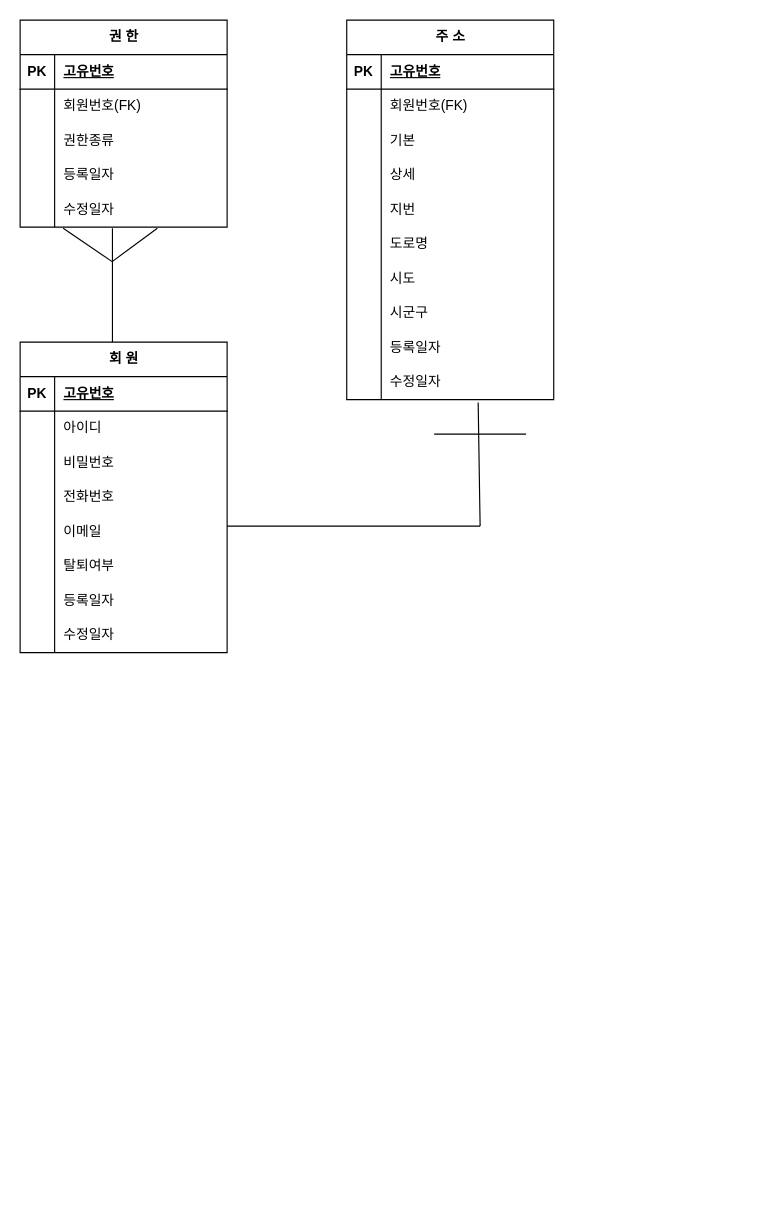
Above: src/main/eCommerce.drawio in kjw1995/eCommerce (draw.io), before the change. Source tidied: cells renumbered, new cells numbered last; positions are measured from the earlier drawing's top-left corner, leaving out a move shared by most shapes. Both pictures are drawn from the tidied source at 115%, with x=0, y=0 at pixel (20, 20).
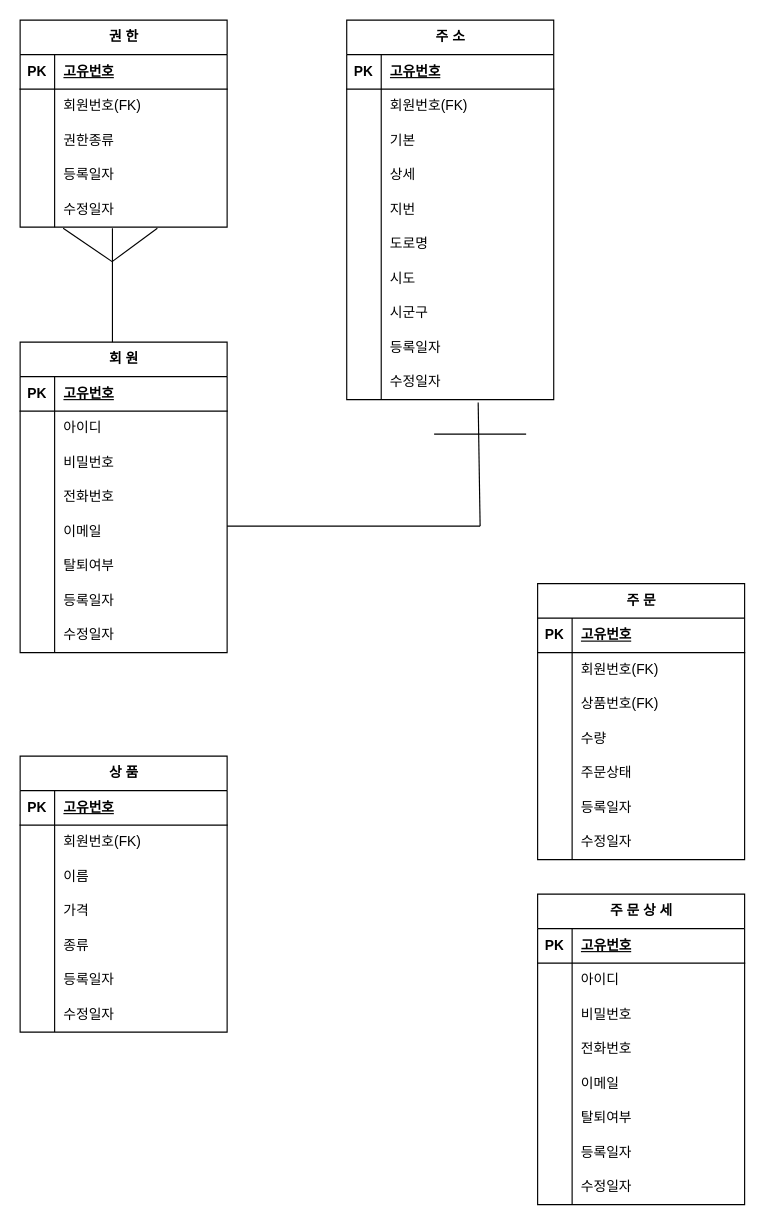
After the change.

Commit message:
ERO 수정(상품,주문,주문상세 추가)

Change to the diagram source:
```diff
@@
+    <mxCell id="80" value="주 문" style="shape=table;startSize=30;childLayout=tableLayout;rowLines=0;fontStyle=1;align=center;html=1;" parent="1" vertex="1">
+      <mxGeometry x="450" y="490" width="180" height="240" as="geometry" />
+    </mxCell>
+    <mxCell id="81" style="shape=tableRow;horizontal=0;startSize=0;swimlaneHead=0;swimlaneBody=0;fillColor=none;top=0;left=0;right=0;bottom=1;" parent="80" vertex="1">
+      <mxGeometry y="30" width="180" height="30" as="geometry" />
+    </mxCell>
+    <mxCell id="82" value="PK" style="shape=partialRectangle;fillColor=none;top=0;left=0;bottom=0;right=0;fontStyle=1;overflow=hidden;whiteSpace=wrap;html=1;" parent="81" vertex="1">
+      <mxGeometry width="30" height="30" as="geometry" />
+    </mxCell>
+    <mxCell id="83" value="고유번호" style="shape=partialRectangle;fillColor=none;top=0;left=0;bottom=0;right=0;align=left;spacingLeft=6;fontStyle=5;overflow=hidden;whiteSpace=wrap;html=1;" parent="81" vertex="1">
+      <mxGeometry x="30" width="150" height="30" as="geometry" />
+    </mxCell>
+    <mxCell id="84" style="shape=tableRow;horizontal=0;startSize=0;swimlaneHead=0;swimlaneBody=0;fillColor=none;top=0;left=0;right=0;bottom=0;" parent="80" vertex="1">
+      <mxGeometry y="60" width="180" height="30" as="geometry" />
+    </mxCell>
+    <mxCell id="85" style="shape=partialRectangle;fillColor=none;top=0;left=0;bottom=0;right=0;overflow=hidden;whiteSpace=wrap;html=1;" parent="84" vertex="1">
+      <mxGeometry width="30" height="30" as="geometry" />
+    </mxCell>
+    <mxCell id="86" value="회원번호(FK)" style="shape=partialRectangle;fillColor=none;top=0;left=0;bottom=0;right=0;align=left;spacingLeft=6;overflow=hidden;whiteSpace=wrap;html=1;" parent="84" vertex="1">
+      <mxGeometry x="30" width="150" height="30" as="geometry" />
+    </mxCell>
+    <mxCell id="87" style="shape=tableRow;horizontal=0;startSize=0;swimlaneHead=0;swimlaneBody=0;fillColor=none;top=0;left=0;right=0;bottom=0;" parent="80" vertex="1">
+      <mxGeometry y="90" width="180" height="30" as="geometry" />
+    </mxCell>
+    <mxCell id="88" style="shape=partialRectangle;fillColor=none;top=0;left=0;bottom=0;right=0;overflow=hidden;whiteSpace=wrap;html=1;" parent="87" vertex="1">
+      <mxGeometry width="30" height="30" as="geometry" />
+    </mxCell>
+    <mxCell id="89" value="상품번호(FK)" style="shape=partialRectangle;fillColor=none;top=0;left=0;bottom=0;right=0;align=left;spacingLeft=6;overflow=hidden;whiteSpace=wrap;html=1;" parent="87" vertex="1">
+      <mxGeometry x="30" width="150" height="30" as="geometry" />
+    </mxCell>
+    <mxCell id="90" style="shape=tableRow;horizontal=0;startSize=0;swimlaneHead=0;swimlaneBody=0;fillColor=none;top=0;left=0;right=0;bottom=0;" parent="80" vertex="1">
+      <mxGeometry y="120" width="180" height="30" as="geometry" />
+    </mxCell>
+    <mxCell id="91" style="shape=partialRectangle;fillColor=none;top=0;left=0;bottom=0;right=0;overflow=hidden;whiteSpace=wrap;html=1;" parent="90" vertex="1">
+      <mxGeometry width="30" height="30" as="geometry" />
+    </mxCell>
+    <mxCell id="92" value="수량" style="shape=partialRectangle;fillColor=none;top=0;left=0;bottom=0;right=0;align=left;spacingLeft=6;overflow=hidden;whiteSpace=wrap;html=1;" parent="90" vertex="1">
+      <mxGeometry x="30" width="150" height="30" as="geometry" />
+    </mxCell>
+    <mxCell id="93" style="shape=tableRow;horizontal=0;startSize=0;swimlaneHead=0;swimlaneBody=0;fillColor=none;top=0;left=0;right=0;bottom=0;" parent="80" vertex="1">
+      <mxGeometry y="150" width="180" height="30" as="geometry" />
+    </mxCell>
+    <mxCell id="94" style="shape=partialRectangle;fillColor=none;top=0;left=0;bottom=0;right=0;overflow=hidden;whiteSpace=wrap;html=1;" parent="93" vertex="1">
+      <mxGeometry width="30" height="30" as="geometry" />
+    </mxCell>
+    <mxCell id="95" value="주문상태" style="shape=partialRectangle;fillColor=none;top=0;left=0;bottom=0;right=0;align=left;spacingLeft=6;overflow=hidden;whiteSpace=wrap;html=1;" parent="93" vertex="1">
+      <mxGeometry x="30" width="150" height="30" as="geometry" />
+    </mxCell>
+    <mxCell id="96" style="shape=tableRow;horizontal=0;startSize=0;swimlaneHead=0;swimlaneBody=0;fillColor=none;top=0;left=0;right=0;bottom=0;" parent="80" vertex="1">
+      <mxGeometry y="180" width="180" height="30" as="geometry" />
+    </mxCell>
+    <mxCell id="97" style="shape=partialRectangle;fillColor=none;top=0;left=0;bottom=0;right=0;overflow=hidden;whiteSpace=wrap;html=1;" parent="96" vertex="1">
+      <mxGeometry width="30" height="30" as="geometry" />
+    </mxCell>
+    <mxCell id="98" value="등록일자" style="shape=partialRectangle;fillColor=none;top=0;left=0;bottom=0;right=0;align=left;spacingLeft=6;overflow=hidden;whiteSpace=wrap;html=1;" parent="96" vertex="1">
+      <mxGeometry x="30" width="150" height="30" as="geometry" />
+    </mxCell>
+    <mxCell id="99" style="shape=tableRow;horizontal=0;startSize=0;swimlaneHead=0;swimlaneBody=0;fillColor=none;top=0;left=0;right=0;bottom=0;" parent="80" vertex="1">
+      <mxGeometry y="210" width="180" height="30" as="geometry" />
+    </mxCell>
+    <mxCell id="100" style="shape=partialRectangle;fillColor=none;top=0;left=0;bottom=0;right=0;overflow=hidden;whiteSpace=wrap;html=1;" parent="99" vertex="1">
+      <mxGeometry width="30" height="30" as="geometry" />
+    </mxCell>
+    <mxCell id="101" value="수정일자" style="shape=partialRectangle;fillColor=none;top=0;left=0;bottom=0;right=0;align=left;spacingLeft=6;overflow=hidden;whiteSpace=wrap;html=1;" parent="99" vertex="1">
+      <mxGeometry x="30" width="150" height="30" as="geometry" />
+    </mxCell>
+    <mxCell id="102" value="주 문 상 세" style="shape=table;startSize=30;childLayout=tableLayout;rowLines=0;fontStyle=1;align=center;html=1;" parent="1" vertex="1">
+      <mxGeometry x="450" y="760" width="180" height="270" as="geometry" />
+    </mxCell>
+    <mxCell id="103" style="shape=tableRow;horizontal=0;startSize=0;swimlaneHead=0;swimlaneBody=0;fillColor=none;top=0;left=0;right=0;bottom=1;" parent="102" vertex="1">
+      <mxGeometry y="30" width="180" height="30" as="geometry" />
+    </mxCell>
+    <mxCell id="104" value="PK" style="shape=partialRectangle;fillColor=none;top=0;left=0;bottom=0;right=0;fontStyle=1;overflow=hidden;whiteSpace=wrap;html=1;" parent="103" vertex="1">
+      <mxGeometry width="30" height="30" as="geometry" />
+    </mxCell>
+    <mxCell id="105" value="고유번호" style="shape=partialRectangle;fillColor=none;top=0;left=0;bottom=0;right=0;align=left;spacingLeft=6;fontStyle=5;overflow=hidden;whiteSpace=wrap;html=1;" parent="103" vertex="1">
+      <mxGeometry x="30" width="150" height="30" as="geometry" />
+    </mxCell>
+    <mxCell id="106" style="shape=tableRow;horizontal=0;startSize=0;swimlaneHead=0;swimlaneBody=0;fillColor=none;top=0;left=0;right=0;bottom=0;" parent="102" vertex="1">
+      <mxGeometry y="60" width="180" height="30" as="geometry" />
+    </mxCell>
+    <mxCell id="107" style="shape=partialRectangle;fillColor=none;top=0;left=0;bottom=0;right=0;overflow=hidden;whiteSpace=wrap;html=1;" parent="106" vertex="1">
+      <mxGeometry width="30" height="30" as="geometry" />
+    </mxCell>
+    <mxCell id="108" value="아이디" style="shape=partialRectangle;fillColor=none;top=0;left=0;bottom=0;right=0;align=left;spacingLeft=6;overflow=hidden;whiteSpace=wrap;html=1;" parent="106" vertex="1">
+      <mxGeometry x="30" width="150" height="30" as="geometry" />
+    </mxCell>
+    <mxCell id="109" style="shape=tableRow;horizontal=0;startSize=0;swimlaneHead=0;swimlaneBody=0;fillColor=none;top=0;left=0;right=0;bottom=0;" parent="102" vertex="1">
+      <mxGeometry y="90" width="180" height="30" as="geometry" />
+    </mxCell>
+    <mxCell id="110" style="shape=partialRectangle;fillColor=none;top=0;left=0;bottom=0;right=0;overflow=hidden;whiteSpace=wrap;html=1;" parent="109" vertex="1">
+      <mxGeometry width="30" height="30" as="geometry" />
+    </mxCell>
+    <mxCell id="111" value="비밀번호" style="shape=partialRectangle;fillColor=none;top=0;left=0;bottom=0;right=0;align=left;spacingLeft=6;overflow=hidden;whiteSpace=wrap;html=1;" parent="109" vertex="1">
+      <mxGeometry x="30" width="150" height="30" as="geometry" />
+    </mxCell>
+    <mxCell id="112" style="shape=tableRow;horizontal=0;startSize=0;swimlaneHead=0;swimlaneBody=0;fillColor=none;top=0;left=0;right=0;bottom=0;" parent="102" vertex="1">
+      <mxGeometry y="120" width="180" height="30" as="geometry" />
+    </mxCell>
+    <mxCell id="113" style="shape=partialRectangle;fillColor=none;top=0;left=0;bottom=0;right=0;overflow=hidden;whiteSpace=wrap;html=1;" parent="112" vertex="1">
+      <mxGeometry width="30" height="30" as="geometry" />
+    </mxCell>
+    <mxCell id="114" value="전화번호" style="shape=partialRectangle;fillColor=none;top=0;left=0;bottom=0;right=0;align=left;spacingLeft=6;overflow=hidden;whiteSpace=wrap;html=1;" parent="112" vertex="1">
+      <mxGeometry x="30" width="150" height="30" as="geometry" />
+    </mxCell>
+    <mxCell id="115" style="shape=tableRow;horizontal=0;startSize=0;swimlaneHead=0;swimlaneBody=0;fillColor=none;top=0;left=0;right=0;bottom=0;" parent="102" vertex="1">
+      <mxGeometry y="150" width="180" height="30" as="geometry" />
+    </mxCell>
+    <mxCell id="116" style="shape=partialRectangle;fillColor=none;top=0;left=0;bottom=0;right=0;overflow=hidden;whiteSpace=wrap;html=1;" parent="115" vertex="1">
+      <mxGeometry width="30" height="30" as="geometry" />
+    </mxCell>
+    <mxCell id="117" value="이메일" style="shape=partialRectangle;fillColor=none;top=0;left=0;bottom=0;right=0;align=left;spacingLeft=6;overflow=hidden;whiteSpace=wrap;html=1;" parent="115" vertex="1">
+      <mxGeometry x="30" width="150" height="30" as="geometry" />
+    </mxCell>
+    <mxCell id="118" style="shape=tableRow;horizontal=0;startSize=0;swimlaneHead=0;swimlaneBody=0;fillColor=none;top=0;left=0;right=0;bottom=0;" parent="102" vertex="1">
+      <mxGeometry y="180" width="180" height="30" as="geometry" />
+    </mxCell>
+    <mxCell id="119" style="shape=partialRectangle;fillColor=none;top=0;left=0;bottom=0;right=0;overflow=hidden;whiteSpace=wrap;html=1;" parent="118" vertex="1">
+      <mxGeometry width="30" height="30" as="geometry" />
+    </mxCell>
+    <mxCell id="120" value="탈퇴여부" style="shape=partialRectangle;fillColor=none;top=0;left=0;bottom=0;right=0;align=left;spacingLeft=6;overflow=hidden;whiteSpace=wrap;html=1;" parent="118" vertex="1">
+      <mxGeometry x="30" width="150" height="30" as="geometry" />
+    </mxCell>
+    <mxCell id="121" style="shape=tableRow;horizontal=0;startSize=0;swimlaneHead=0;swimlaneBody=0;fillColor=none;top=0;left=0;right=0;bottom=0;" parent="102" vertex="1">
+      <mxGeometry y="210" width="180" height="30" as="geometry" />
+    </mxCell>
+    <mxCell id="122" style="shape=partialRectangle;fillColor=none;top=0;left=0;bottom=0;right=0;overflow=hidden;whiteSpace=wrap;html=1;" parent="121" vertex="1">
+      <mxGeometry width="30" height="30" as="geometry" />
+    </mxCell>
+    <mxCell id="123" value="등록일자" style="shape=partialRectangle;fillColor=none;top=0;left=0;bottom=0;right=0;align=left;spacingLeft=6;overflow=hidden;whiteSpace=wrap;html=1;" parent="121" vertex="1">
+      <mxGeometry x="30" width="150" height="30" as="geometry" />
+    </mxCell>
+    <mxCell id="124" style="shape=tableRow;horizontal=0;startSize=0;swimlaneHead=0;swimlaneBody=0;fillColor=none;top=0;left=0;right=0;bottom=0;" parent="102" vertex="1">
+      <mxGeometry y="240" width="180" height="30" as="geometry" />
+    </mxCell>
+    <mxCell id="125" style="shape=partialRectangle;fillColor=none;top=0;left=0;bottom=0;right=0;overflow=hidden;whiteSpace=wrap;html=1;" parent="124" vertex="1">
+      <mxGeometry width="30" height="30" as="geometry" />
+    </mxCell>
+    <mxCell id="126" value="수정일자" style="shape=partialRectangle;fillColor=none;top=0;left=0;bottom=0;right=0;align=left;spacingLeft=6;overflow=hidden;whiteSpace=wrap;html=1;" parent="124" vertex="1">
+      <mxGeometry x="30" width="150" height="30" as="geometry" />
+    </mxCell>
+    <mxCell id="127" value="상 품" style="shape=table;startSize=30;childLayout=tableLayout;rowLines=0;fontStyle=1;align=center;html=1;" parent="1" vertex="1">
+      <mxGeometry y="640" width="180" height="240" as="geometry" />
+    </mxCell>
+    <mxCell id="128" style="shape=tableRow;horizontal=0;startSize=0;swimlaneHead=0;swimlaneBody=0;fillColor=none;top=0;left=0;right=0;bottom=1;" parent="127" vertex="1">
+      <mxGeometry y="30" width="180" height="30" as="geometry" />
+    </mxCell>
+    <mxCell id="129" value="PK" style="shape=partialRectangle;fillColor=none;top=0;left=0;bottom=0;right=0;fontStyle=1;overflow=hidden;whiteSpace=wrap;html=1;" parent="128" vertex="1">
+      <mxGeometry width="30" height="30" as="geometry" />
+    </mxCell>
+    <mxCell id="130" value="고유번호" style="shape=partialRectangle;fillColor=none;top=0;left=0;bottom=0;right=0;align=left;spacingLeft=6;fontStyle=5;overflow=hidden;whiteSpace=wrap;html=1;" parent="128" vertex="1">
+      <mxGeometry x="30" width="150" height="30" as="geometry" />
+    </mxCell>
+    <mxCell id="131" style="shape=tableRow;horizontal=0;startSize=0;swimlaneHead=0;swimlaneBody=0;fillColor=none;top=0;left=0;right=0;bottom=0;" parent="127" vertex="1">
+      <mxGeometry y="60" width="180" height="30" as="geometry" />
+    </mxCell>
+    <mxCell id="132" style="shape=partialRectangle;fillColor=none;top=0;left=0;bottom=0;right=0;overflow=hidden;whiteSpace=wrap;html=1;" parent="131" vertex="1">
+      <mxGeometry width="30" height="30" as="geometry" />
+    </mxCell>
+    <mxCell id="133" value="회원번호(FK)" style="shape=partialRectangle;fillColor=none;top=0;left=0;bottom=0;right=0;align=left;spacingLeft=6;overflow=hidden;whiteSpace=wrap;html=1;" parent="131" vertex="1">
+      <mxGeometry x="30" width="150" height="30" as="geometry" />
+    </mxCell>
+    <mxCell id="134" style="shape=tableRow;horizontal=0;startSize=0;swimlaneHead=0;swimlaneBody=0;fillColor=none;top=0;left=0;right=0;bottom=0;" parent="127" vertex="1">
+      <mxGeometry y="90" width="180" height="30" as="geometry" />
+    </mxCell>
+    <mxCell id="135" style="shape=partialRectangle;fillColor=none;top=0;left=0;bottom=0;right=0;overflow=hidden;whiteSpace=wrap;html=1;" parent="134" vertex="1">
+      <mxGeometry width="30" height="30" as="geometry" />
+    </mxCell>
+    <mxCell id="136" value="이름" style="shape=partialRectangle;fillColor=none;top=0;left=0;bottom=0;right=0;align=left;spacingLeft=6;overflow=hidden;whiteSpace=wrap;html=1;" parent="134" vertex="1">
+      <mxGeometry x="30" width="150" height="30" as="geometry" />
+    </mxCell>
+    <mxCell id="137" style="shape=tableRow;horizontal=0;startSize=0;swimlaneHead=0;swimlaneBody=0;fillColor=none;top=0;left=0;right=0;bottom=0;" parent="127" vertex="1">
+      <mxGeometry y="120" width="180" height="30" as="geometry" />
+    </mxCell>
+    <mxCell id="138" style="shape=partialRectangle;fillColor=none;top=0;left=0;bottom=0;right=0;overflow=hidden;whiteSpace=wrap;html=1;" parent="137" vertex="1">
+      <mxGeometry width="30" height="30" as="geometry" />
+    </mxCell>
+    <mxCell id="139" value="가격" style="shape=partialRectangle;fillColor=none;top=0;left=0;bottom=0;right=0;align=left;spacingLeft=6;overflow=hidden;whiteSpace=wrap;html=1;" parent="137" vertex="1">
+      <mxGeometry x="30" width="150" height="30" as="geometry" />
+    </mxCell>
+    <mxCell id="140" style="shape=tableRow;horizontal=0;startSize=0;swimlaneHead=0;swimlaneBody=0;fillColor=none;top=0;left=0;right=0;bottom=0;" parent="127" vertex="1">
+      <mxGeometry y="150" width="180" height="30" as="geometry" />
+    </mxCell>
+    <mxCell id="141" style="shape=partialRectangle;fillColor=none;top=0;left=0;bottom=0;right=0;overflow=hidden;whiteSpace=wrap;html=1;" parent="140" vertex="1">
+      <mxGeometry width="30" height="30" as="geometry" />
+    </mxCell>
+    <mxCell id="142" value="종류" style="shape=partialRectangle;fillColor=none;top=0;left=0;bottom=0;right=0;align=left;spacingLeft=6;overflow=hidden;whiteSpace=wrap;html=1;" parent="140" vertex="1">
+      <mxGeometry x="30" width="150" height="30" as="geometry" />
+    </mxCell>
+    <mxCell id="143" style="shape=tableRow;horizontal=0;startSize=0;swimlaneHead=0;swimlaneBody=0;fillColor=none;top=0;left=0;right=0;bottom=0;" parent="127" vertex="1">
+      <mxGeometry y="180" width="180" height="30" as="geometry" />
+    </mxCell>
+    <mxCell id="144" style="shape=partialRectangle;fillColor=none;top=0;left=0;bottom=0;right=0;overflow=hidden;whiteSpace=wrap;html=1;" parent="143" vertex="1">
+      <mxGeometry width="30" height="30" as="geometry" />
+    </mxCell>
+    <mxCell id="145" value="등록일자" style="shape=partialRectangle;fillColor=none;top=0;left=0;bottom=0;right=0;align=left;spacingLeft=6;overflow=hidden;whiteSpace=wrap;html=1;" parent="143" vertex="1">
+      <mxGeometry x="30" width="150" height="30" as="geometry" />
+    </mxCell>
+    <mxCell id="146" style="shape=tableRow;horizontal=0;startSize=0;swimlaneHead=0;swimlaneBody=0;fillColor=none;top=0;left=0;right=0;bottom=0;" parent="127" vertex="1">
+      <mxGeometry y="210" width="180" height="30" as="geometry" />
+    </mxCell>
+    <mxCell id="147" style="shape=partialRectangle;fillColor=none;top=0;left=0;bottom=0;right=0;overflow=hidden;whiteSpace=wrap;html=1;" parent="146" vertex="1">
+      <mxGeometry width="30" height="30" as="geometry" />
+    </mxCell>
+    <mxCell id="148" value="수정일자" style="shape=partialRectangle;fillColor=none;top=0;left=0;bottom=0;right=0;align=left;spacingLeft=6;overflow=hidden;whiteSpace=wrap;html=1;" parent="146" vertex="1">
+      <mxGeometry x="30" width="150" height="30" as="geometry" />
+    </mxCell>
```
